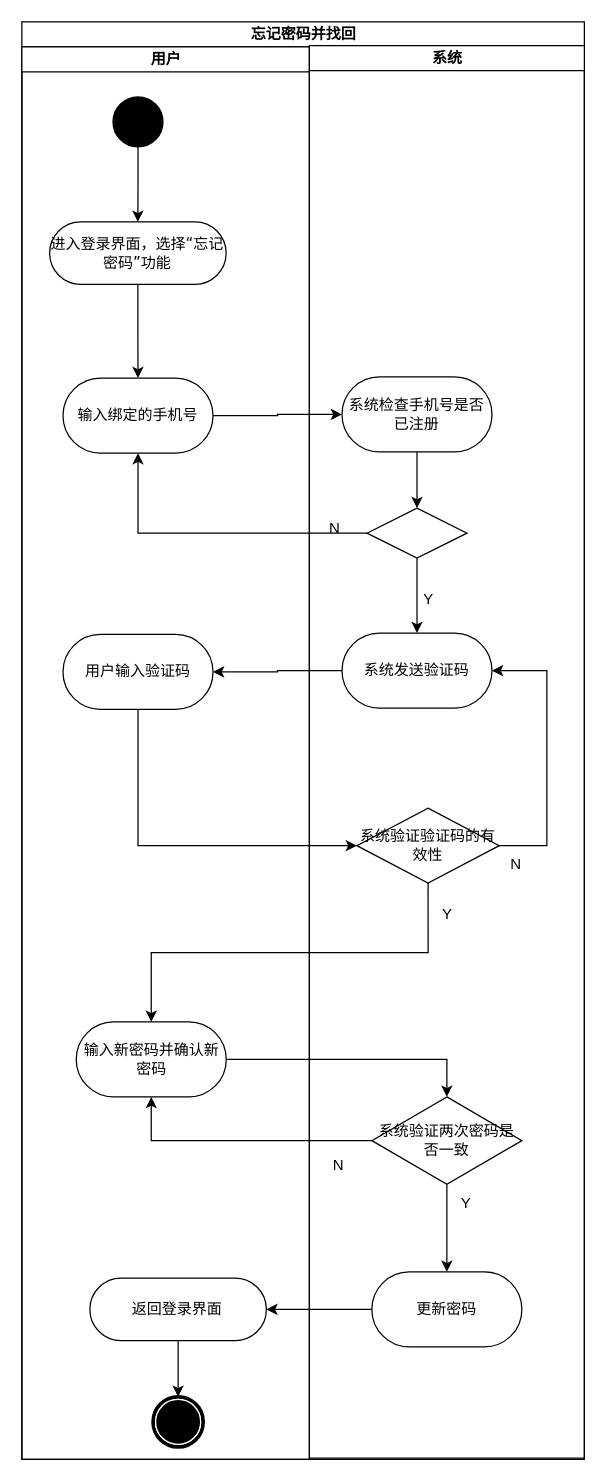
The draw.io diagram page "功能建模" (1 of 2) of 文档/需求分析规约文档/三种建模/04忘记密码并找回用例建模.drawio in w1ntercube/TJ-SE-Design, before the edit. Source tidied: cells renumbered, new cells numbered last; positions are measured from the earlier drawing's top-left corner, leaving out a move shared by most shapes. Both pictures are drawn from the tidied source at 125%, with x=0, y=0 at pixel (21, 21).
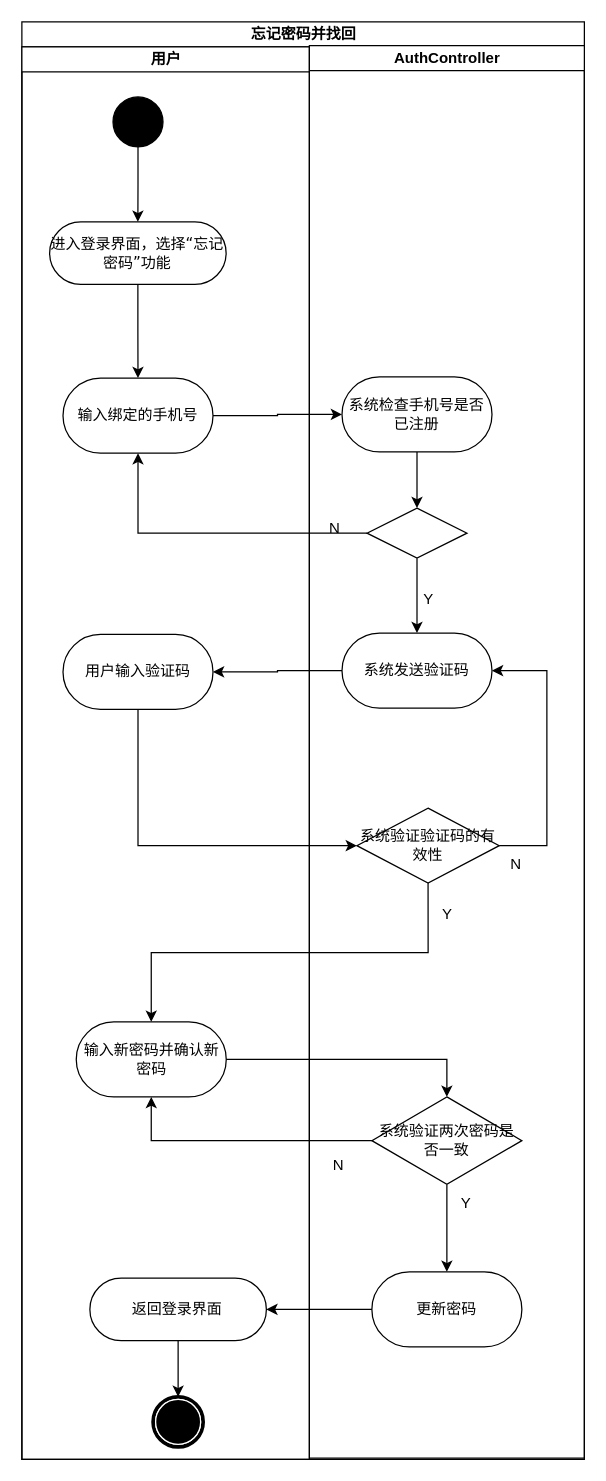
The same page after the edit.

What changed in the source:
```diff
@@
-    <mxCell id="15" value="系统" style="swimlane;html=1;startSize=20;" parent="1" vertex="1">
+    <mxCell id="15" value="AuthController" style="swimlane;html=1;startSize=20;" parent="1" vertex="1">
       <mxGeometry x="230" y="19" width="220" height="1130" as="geometry" />
     </mxCell>
```
